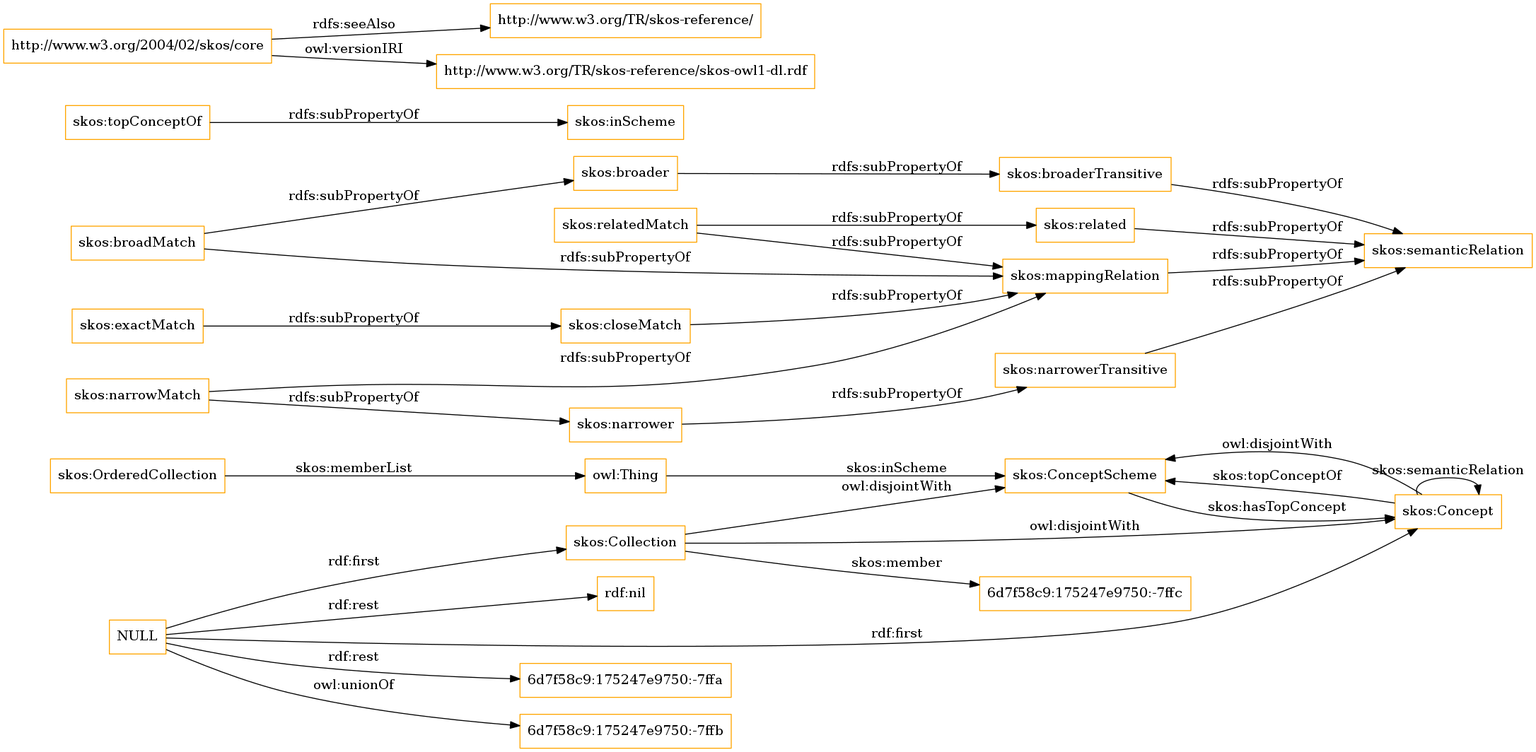
OnToologyUser/core-ontology-1 keeps this Graphviz diagram as OnToology/imports/skos.owl/diagrams/ar2dtool-class/skos.owl.png. Above is the earlier version. Its source is kept beside it as OnToology/imports/skos.owl/diagrams/ar2dtool-class/skos.owl.png.dot. Its diagram source:
```dot
digraph ar2dtool_diagram {
rankdir=LR;
size="1501"
node [shape = rectangle, color="orange"]; "skos:OrderedCollection" "skos:ConceptScheme" "skos:Concept" "skos:Collection" "6d7f58c9:175247e9750:-7ffc" ; /*classes style*/
	"skos:narrowerTransitive" -> "skos:semanticRelation" [ label = "rdfs:subPropertyOf" ];
	"NULL" -> "6d7f58c9:175247e9750:-7ffa" [ label = "rdf:rest" ];
	"NULL" -> "skos:Collection" [ label = "rdf:first" ];
	"NULL" -> "6d7f58c9:175247e9750:-7ffb" [ label = "owl:unionOf" ];
	"NULL" -> "rdf:nil" [ label = "rdf:rest" ];
	"NULL" -> "skos:Concept" [ label = "rdf:first" ];
	"skos:closeMatch" -> "skos:mappingRelation" [ label = "rdfs:subPropertyOf" ];
	"skos:Concept" -> "skos:ConceptScheme" [ label = "owl:disjointWith" ];
	"skos:relatedMatch" -> "skos:related" [ label = "rdfs:subPropertyOf" ];
	"skos:relatedMatch" -> "skos:mappingRelation" [ label = "rdfs:subPropertyOf" ];
	"skos:related" -> "skos:semanticRelation" [ label = "rdfs:subPropertyOf" ];
	"skos:topConceptOf" -> "skos:inScheme" [ label = "rdfs:subPropertyOf" ];
	"skos:broadMatch" -> "skos:mappingRelation" [ label = "rdfs:subPropertyOf" ];
	"skos:broadMatch" -> "skos:broader" [ label = "rdfs:subPropertyOf" ];
	"skos:exactMatch" -> "skos:closeMatch" [ label = "rdfs:subPropertyOf" ];
	"skos:broaderTransitive" -> "skos:semanticRelation" [ label = "rdfs:subPropertyOf" ];
	"skos:broader" -> "skos:broaderTransitive" [ label = "rdfs:subPropertyOf" ];
	"skos:mappingRelation" -> "skos:semanticRelation" [ label = "rdfs:subPropertyOf" ];
	"http://www.w3.org/2004/02/skos/core" -> "http://www.w3.org/TR/skos-reference/" [ label = "rdfs:seeAlso" ];
	"http://www.w3.org/2004/02/skos/core" -> "http://www.w3.org/TR/skos-reference/skos-owl1-dl.rdf" [ label = "owl:versionIRI" ];
	"skos:Collection" -> "skos:ConceptScheme" [ label = "owl:disjointWith" ];
	"skos:Collection" -> "skos:Concept" [ label = "owl:disjointWith" ];
	"skos:narrower" -> "skos:narrowerTransitive" [ label = "rdfs:subPropertyOf" ];
	"skos:narrowMatch" -> "skos:narrower" [ label = "rdfs:subPropertyOf" ];
	"skos:narrowMatch" -> "skos:mappingRelation" [ label = "rdfs:subPropertyOf" ];
	"skos:OrderedCollection" -> "owl:Thing" [ label = "skos:memberList" ];
	"skos:Concept" -> "skos:ConceptScheme" [ label = "skos:topConceptOf" ];
	"skos:Concept" -> "skos:Concept" [ label = "skos:semanticRelation" ];
	"skos:Collection" -> "6d7f58c9:175247e9750:-7ffc" [ label = "skos:member" ];
	"skos:ConceptScheme" -> "skos:Concept" [ label = "skos:hasTopConcept" ];
	"owl:Thing" -> "skos:ConceptScheme" [ label = "skos:inScheme" ];

}
```
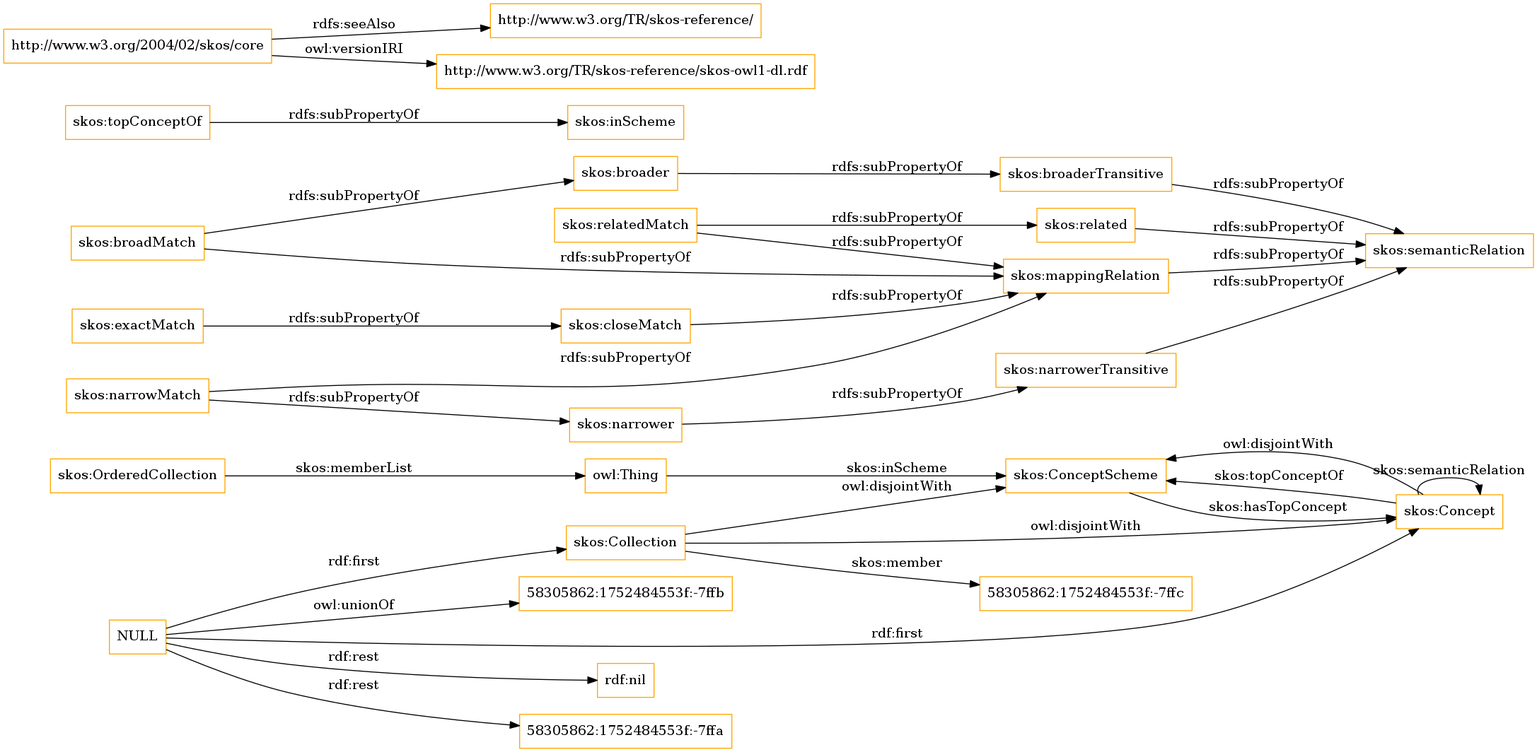
After the change.

What changed in the source:
```diff
@@ -1,13 +1,13 @@
 digraph ar2dtool_diagram {
 rankdir=LR;
 size="1501"
-node [shape = rectangle, color="orange"]; "skos:OrderedCollection" "skos:ConceptScheme" "skos:Concept" "skos:Collection" "6d7f58c9:175247e9750:-7ffc" ; /*classes style*/
+node [shape = rectangle, color="orange"]; "skos:OrderedCollection" "skos:ConceptScheme" "skos:Concept" "skos:Collection" "58305862:1752484553f:-7ffc" ; /*classes style*/
 	"skos:narrowerTransitive" -> "skos:semanticRelation" [ label = "rdfs:subPropertyOf" ];
-	"NULL" -> "6d7f58c9:175247e9750:-7ffa" [ label = "rdf:rest" ];
-	"NULL" -> "skos:Collection" [ label = "rdf:first" ];
-	"NULL" -> "6d7f58c9:175247e9750:-7ffb" [ label = "owl:unionOf" ];
 	"NULL" -> "rdf:nil" [ label = "rdf:rest" ];
 	"NULL" -> "skos:Concept" [ label = "rdf:first" ];
+	"NULL" -> "58305862:1752484553f:-7ffa" [ label = "rdf:rest" ];
+	"NULL" -> "skos:Collection" [ label = "rdf:first" ];
+	"NULL" -> "58305862:1752484553f:-7ffb" [ label = "owl:unionOf" ];
 	"skos:closeMatch" -> "skos:mappingRelation" [ label = "rdfs:subPropertyOf" ];
 	"skos:Concept" -> "skos:ConceptScheme" [ label = "owl:disjointWith" ];
 	"skos:relatedMatch" -> "skos:related" [ label = "rdfs:subPropertyOf" ];
@@ -30,7 +30,7 @@
 	"skos:OrderedCollection" -> "owl:Thing" [ label = "skos:memberList" ];
 	"skos:Concept" -> "skos:ConceptScheme" [ label = "skos:topConceptOf" ];
 	"skos:Concept" -> "skos:Concept" [ label = "skos:semanticRelation" ];
-	"skos:Collection" -> "6d7f58c9:175247e9750:-7ffc" [ label = "skos:member" ];
+	"skos:Collection" -> "58305862:1752484553f:-7ffc" [ label = "skos:member" ];
 	"skos:ConceptScheme" -> "skos:Concept" [ label = "skos:hasTopConcept" ];
 	"owl:Thing" -> "skos:ConceptScheme" [ label = "skos:inScheme" ];
 
```
